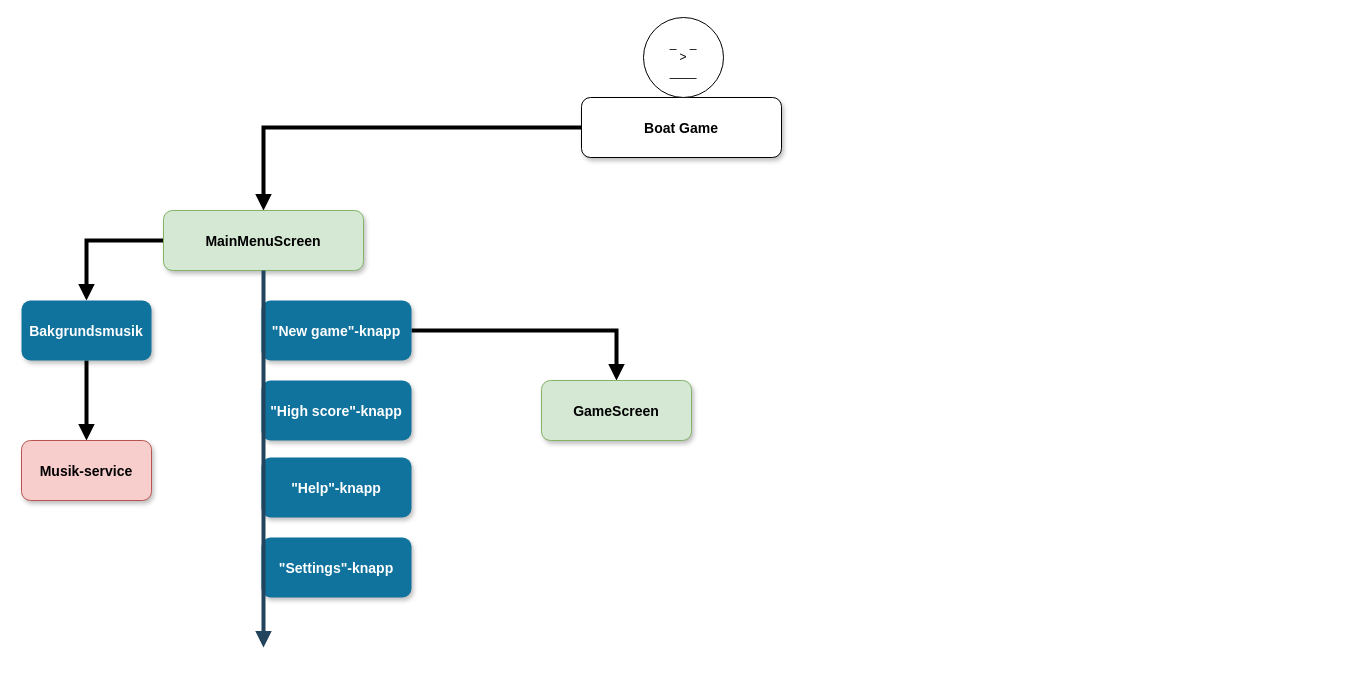
Above: pbs.drawio in erikgilbertsson/BoatGame (draw.io), before the change. Source tidied: cells renumbered, new cells numbered last; positions are measured from the earlier drawing's top-left corner, leaving out a move shared by most shapes. Both pictures are drawn from the tidied source at 100%, with x=0, y=0 at pixel (21, 17).
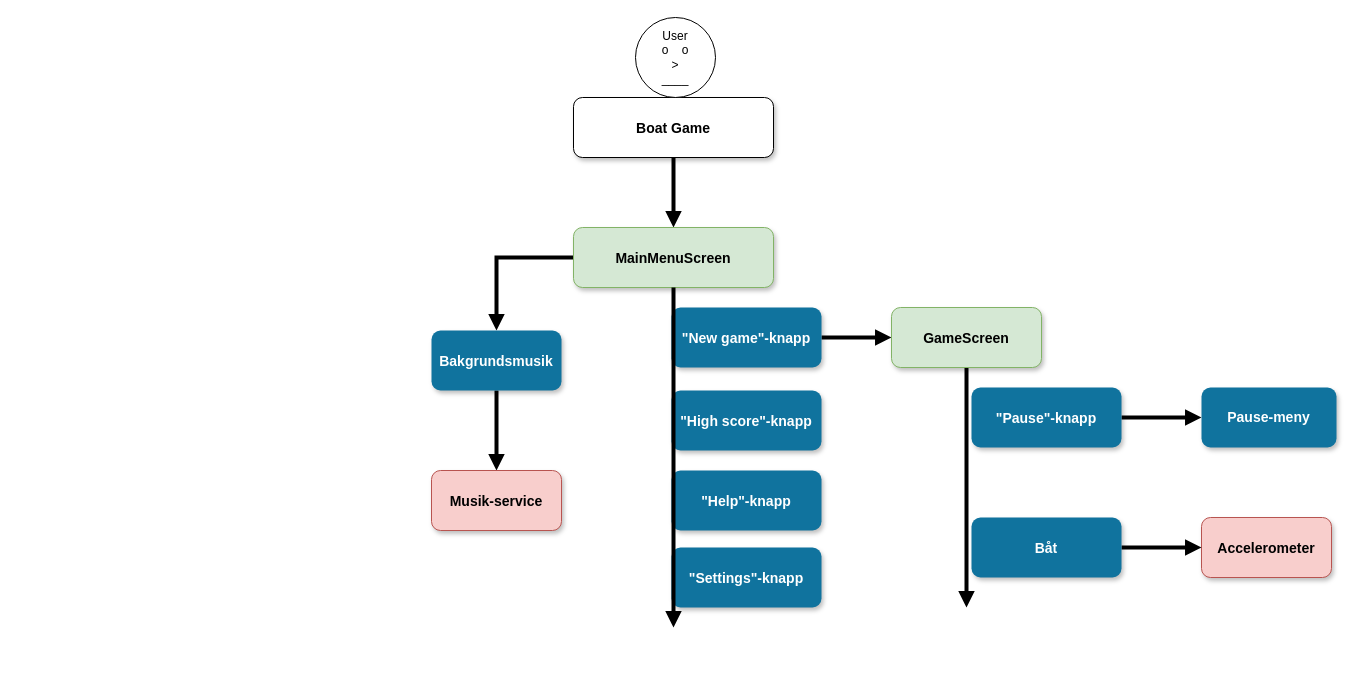
The same page after the edit.

Diff of the diagram source:
```diff
@@
-    <mxCell id="2" style="edgeStyle=orthogonalEdgeStyle;rounded=0;jettySize=auto;html=1;entryX=0.5;entryY=0;entryDx=0;entryDy=0;endArrow=block;endFill=1;strokeWidth=4;" parent="1" edge="1" source="3" target="5">
+    <mxCell id="2" style="edgeStyle=orthogonalEdgeStyle;rounded=0;jettySize=auto;html=1;startArrow=none;startFill=0;endArrow=block;endFill=1;strokeColor=#000000;strokeWidth=4;" parent="1" edge="1" source="3" target="5">
       <mxGeometry relative="1" as="geometry" />
     </mxCell>
     <mxCell id="3" value="Boat Game" style="rounded=1;shadow=1;fontStyle=1;fontSize=14;" parent="1" vertex="1">
-      <mxGeometry x="560" y="80" width="200" height="60" as="geometry" />
+      <mxGeometry x="552" y="80" width="200" height="60" as="geometry" />
     </mxCell>
@@
     <mxCell id="5" value="MainMenuScreen" style="rounded=1;shadow=1;fontStyle=1;fontSize=14;fillColor=#d5e8d4;strokeColor=#82b366;" parent="1" vertex="1">
-      <mxGeometry x="142" y="193" width="200" height="60" as="geometry" />
+      <mxGeometry x="552" y="210" width="200" height="60" as="geometry" />
     </mxCell>
@@
     <mxCell id="7" value="&quot;New game&quot;-knapp" style="rounded=1;fillColor=#10739E;strokeColor=none;shadow=1;gradientColor=none;fontStyle=1;fontColor=#FFFFFF;fontSize=14;" parent="1" vertex="1">
-      <mxGeometry x="240" y="283" width="150" height="60" as="geometry" />
+      <mxGeometry x="650" y="290" width="150" height="60" as="geometry" />
     </mxCell>
     <mxCell id="8" value="&quot;Settings&quot;-knapp" style="rounded=1;fillColor=#10739E;strokeColor=none;shadow=1;gradientColor=none;fontStyle=1;fontColor=#FFFFFF;fontSize=14;" parent="1" vertex="1">
-      <mxGeometry x="240" y="520" width="150" height="60" as="geometry" />
+      <mxGeometry x="650" y="530" width="150" height="60" as="geometry" />
     </mxCell>
     <mxCell id="9" value="&quot;Help&quot;-knapp" style="rounded=1;fillColor=#10739E;strokeColor=none;shadow=1;gradientColor=none;fontStyle=1;fontColor=#FFFFFF;fontSize=14;" parent="1" vertex="1">
-      <mxGeometry x="240" y="440" width="150" height="60" as="geometry" />
+      <mxGeometry x="650" y="453" width="150" height="60" as="geometry" />
     </mxCell>
     <mxCell id="10" value="&quot;High score&quot;-knapp" style="rounded=1;fillColor=#10739E;strokeColor=none;shadow=1;gradientColor=none;fontStyle=1;fontColor=#FFFFFF;fontSize=14;" parent="1" vertex="1">
-      <mxGeometry x="240" y="363" width="150" height="60" as="geometry" />
+      <mxGeometry x="650" y="373" width="150" height="60" as="geometry" />
     </mxCell>
-    <mxCell id="11" style="edgeStyle=elbowEdgeStyle;elbow=vertical;strokeWidth=4;endArrow=block;endFill=1;fontStyle=1;strokeColor=#23445D;" parent="1" edge="1" source="5">
-      <mxGeometry x="62" y="-47" as="geometry">
-        <mxPoint x="242" y="630" as="targetPoint" />
+    <mxCell id="11" style="edgeStyle=elbowEdgeStyle;elbow=vertical;strokeWidth=4;endArrow=block;endFill=1;fontStyle=1;" parent="1" edge="1" source="5">
+      <mxGeometry x="472" y="-17" as="geometry">
+        <mxPoint x="652" y="610" as="targetPoint" />
       </mxGeometry>
     </mxCell>
-    <mxCell id="12" value="&lt;div&gt;_&amp;nbsp;&amp;nbsp;&amp;nbsp; _&lt;/div&gt;&lt;div&gt;&amp;gt;&lt;/div&gt;&lt;div&gt;____&lt;br&gt;&lt;/div&gt;" style="ellipse;whiteSpace=wrap;html=1;" parent="1" vertex="1">
-      <mxGeometry x="622" width="80" height="80" as="geometry" />
+    <mxCell id="12" value="&lt;div&gt;User&lt;br&gt;&lt;/div&gt;&lt;div&gt;o&amp;nbsp; &amp;nbsp; o&lt;br&gt;&lt;/div&gt;&lt;div&gt;&amp;gt;&lt;/div&gt;&lt;div&gt;____&lt;br&gt;&lt;/div&gt;" style="ellipse;whiteSpace=wrap;html=1;" parent="1" vertex="1">
+      <mxGeometry x="614" width="80" height="80" as="geometry" />
     </mxCell>
@@
     <mxCell id="14" value="Bakgrundsmusik" style="rounded=1;fillColor=#10739E;strokeColor=none;shadow=1;gradientColor=none;fontStyle=1;fontColor=#FFFFFF;fontSize=14;" parent="1" vertex="1">
-      <mxGeometry y="283" width="130" height="60" as="geometry" />
+      <mxGeometry x="410" y="313" width="130" height="60" as="geometry" />
     </mxCell>
     <mxCell id="15" value="Musik-service" style="rounded=1;fillColor=#f8cecc;strokeColor=#b85450;shadow=1;fontStyle=1;fontSize=14;" parent="1" vertex="1">
-      <mxGeometry y="423" width="130" height="60" as="geometry" />
+      <mxGeometry x="410" y="453" width="130" height="60" as="geometry" />
     </mxCell>
+    <mxCell id="17" style="edgeStyle=orthogonalEdgeStyle;rounded=0;jettySize=auto;html=1;exitX=0.5;exitY=1;exitDx=0;exitDy=0;startArrow=none;startFill=0;endArrow=block;endFill=1;strokeColor=#000000;strokeWidth=4;" parent="1" edge="1" source="16">
+      <mxGeometry relative="1" as="geometry">
+        <mxPoint x="945" y="590" as="targetPoint" />
+      </mxGeometry>
+    </mxCell>
     <mxCell id="16" value="GameScreen" style="rounded=1;fillColor=#d5e8d4;strokeColor=#82b366;shadow=1;fontStyle=1;fontSize=14;" parent="1" vertex="1">
-      <mxGeometry x="520" y="363" width="150" height="60" as="geometry" />
+      <mxGeometry x="870" y="290" width="150" height="60" as="geometry" />
     </mxCell>
+    <mxCell id="18" value="Accelerometer" style="rounded=1;fillColor=#f8cecc;strokeColor=#b85450;shadow=1;fontStyle=1;fontSize=14;" parent="1" vertex="1">
+      <mxGeometry x="1180" y="500" width="130" height="60" as="geometry" />
+    </mxCell>
+    <mxCell id="19" style="edgeStyle=orthogonalEdgeStyle;rounded=0;jettySize=auto;html=1;startArrow=none;startFill=0;endArrow=block;endFill=1;strokeColor=#000000;strokeWidth=4;" parent="1" edge="1" source="20" target="21">
+      <mxGeometry relative="1" as="geometry" />
+    </mxCell>
+    <mxCell id="20" value="&quot;Pause&quot;-knapp" style="rounded=1;fillColor=#10739E;strokeColor=none;shadow=1;gradientColor=none;fontStyle=1;fontColor=#FFFFFF;fontSize=14;" parent="1" vertex="1">
+      <mxGeometry x="950" y="370" width="150" height="60" as="geometry" />
+    </mxCell>
+    <mxCell id="21" value="Pause-meny" style="whiteSpace=wrap;html=1;rounded=1;shadow=1;fontSize=14;fontColor=#FFFFFF;fontStyle=1;strokeColor=none;fillColor=#10739E;" parent="1" vertex="1">
+      <mxGeometry x="1180" y="370" width="135" height="60" as="geometry" />
+    </mxCell>
+    <mxCell id="22" style="edgeStyle=orthogonalEdgeStyle;rounded=0;jettySize=auto;html=1;startArrow=none;startFill=0;endArrow=block;endFill=1;strokeColor=#000000;strokeWidth=4;" parent="1" edge="1" source="23" target="18">
+      <mxGeometry relative="1" as="geometry" />
+    </mxCell>
+    <mxCell id="23" value="Båt" style="rounded=1;fillColor=#10739E;strokeColor=none;shadow=1;gradientColor=none;fontStyle=1;fontColor=#FFFFFF;fontSize=14;" parent="1" vertex="1">
+      <mxGeometry x="950" y="500" width="150" height="60" as="geometry" />
+    </mxCell>
```
